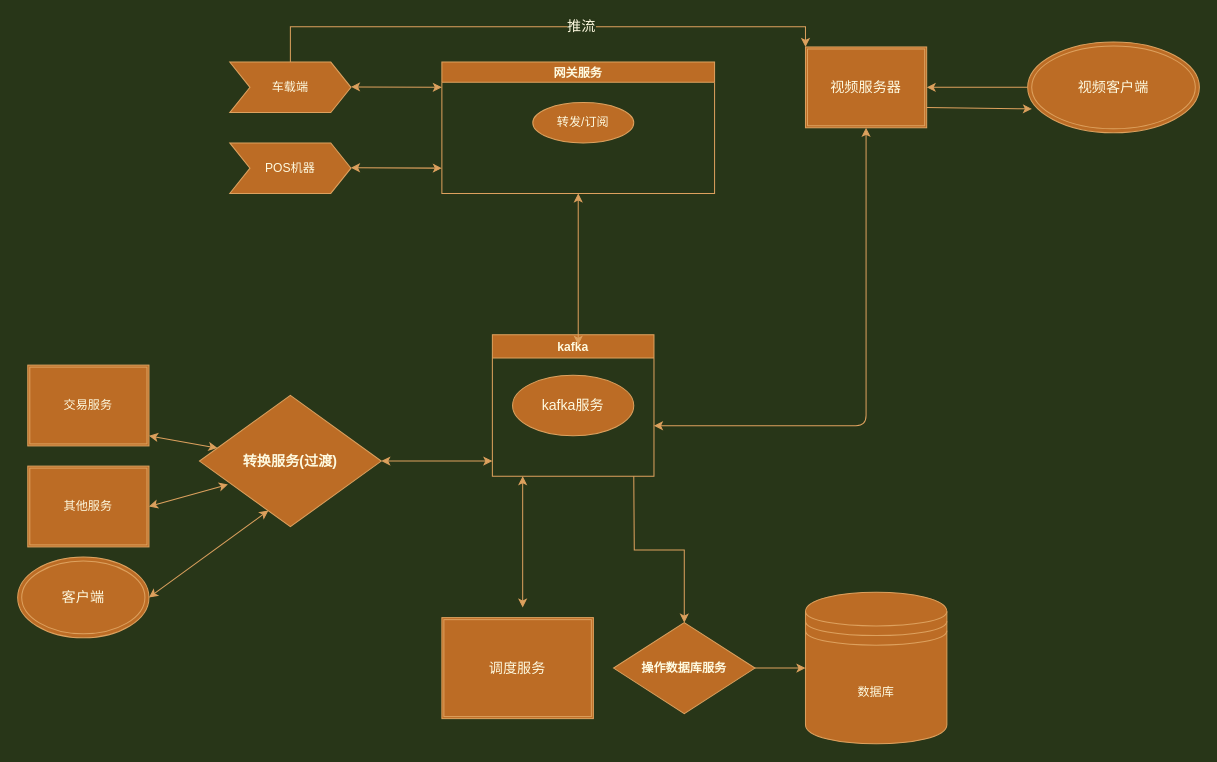
Before: 通讯架构.drawio in yupeng2015/draw, a draw.io diagram. Source tidied: cells renumbered, new cells numbered last; positions are measured from the earlier drawing's top-left corner, leaving out a move shared by most shapes. Both pictures are drawn from the tidied source at 101%, with x=0, y=0 at pixel (17, 41).
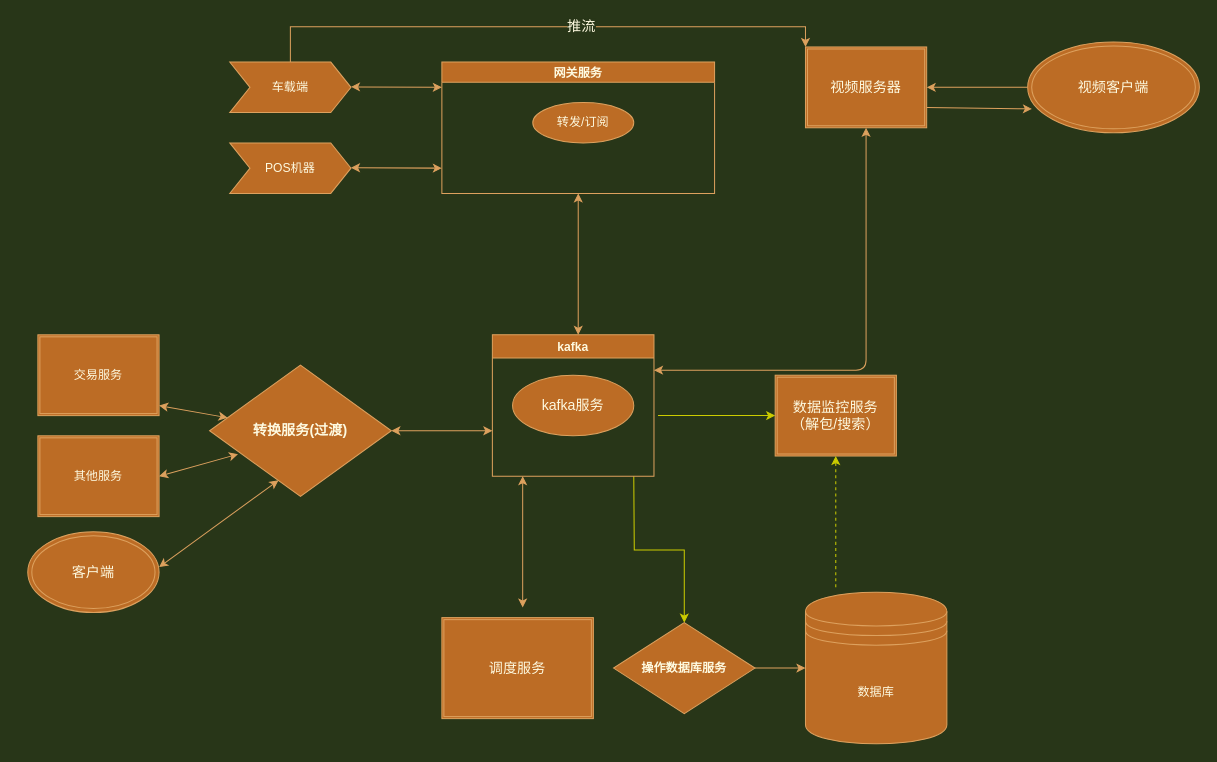
The same diagram, later.

The change refers to these unchanged cells:
```xml
<mxCell id="2" value="网关服务" style="swimlane;startSize=20;horizontal=1;containerType=tree;fillColor=#BC6C25;strokeColor=#DDA15E;fontColor=#FEFAE0;" parent="1" vertex="1">
  <mxGeometry x="420" y="20" width="270" height="130" as="geometry" />
</mxCell>
<mxCell id="9" value="kafka" style="swimlane;fillColor=#BC6C25;strokeColor=#DDA15E;fontColor=#FEFAE0;" parent="1" vertex="1">
  <mxGeometry x="470" y="290" width="160" height="140" as="geometry" />
</mxCell>
<mxCell id="11" value="操作数据库服务" style="rhombus;whiteSpace=wrap;html=1;fontStyle=1;startSize=23;fillColor=#BC6C25;strokeColor=#DDA15E;fontColor=#FEFAE0;" parent="1" vertex="1">
  <mxGeometry x="590" y="575" width="140" height="90" as="geometry" />
</mxCell>
<mxCell id="20" value="视频服务器" style="shape=ext;double=1;rounded=0;whiteSpace=wrap;html=1;fontSize=14;fillColor=#BC6C25;strokeColor=#DDA15E;fontColor=#FEFAE0;" parent="1" vertex="1">
  <mxGeometry x="780" y="5" width="120" height="80" as="geometry" />
</mxCell>
```

Diff of the diagram source:
```diff
@@
-    <mxCell id="8" style="edgeStyle=orthogonalEdgeStyle;rounded=0;jettySize=auto;html=1;labelBackgroundColor=#283618;strokeColor=#DDA15E;fontColor=#FEFAE0;" parent="1" edge="1" target="11">
+    <mxCell id="8" style="edgeStyle=orthogonalEdgeStyle;rounded=0;jettySize=auto;html=1;labelBackgroundColor=#283618;strokeColor=#CCCC00;fontColor=#FEFAE0;" parent="1" edge="1" target="11">
       <mxGeometry relative="1" as="geometry">
         <mxPoint x="610" y="430" as="sourcePoint" />
       </mxGeometry>
     </mxCell>
@@
     <mxCell id="12" value="&lt;font style=&quot;font-size: 14px&quot;&gt;转换服务(过渡)&lt;/font&gt;" style="rhombus;whiteSpace=wrap;html=1;fontStyle=1;startSize=23;fillColor=#BC6C25;strokeColor=#DDA15E;fontColor=#FEFAE0;" parent="1" vertex="1">
-      <mxGeometry x="180" y="350" width="180" height="130" as="geometry" />
+      <mxGeometry x="190" y="320" width="180" height="130" as="geometry" />
     </mxCell>
@@
     <mxCell id="16" value="交易服务" style="shape=ext;double=1;rounded=0;whiteSpace=wrap;html=1;fillColor=#BC6C25;strokeColor=#DDA15E;fontColor=#FEFAE0;" parent="1" vertex="1">
-      <mxGeometry x="10" y="320" width="120" height="80" as="geometry" />
+      <mxGeometry x="20" y="290" width="120" height="80" as="geometry" />
     </mxCell>
     <mxCell id="17" value="其他服务" style="shape=ext;double=1;rounded=0;whiteSpace=wrap;html=1;fillColor=#BC6C25;strokeColor=#DDA15E;fontColor=#FEFAE0;" parent="1" vertex="1">
-      <mxGeometry x="10" y="420" width="120" height="80" as="geometry" />
+      <mxGeometry x="20" y="390" width="120" height="80" as="geometry" />
     </mxCell>
@@
     <mxCell id="23" value="客户端" style="ellipse;shape=doubleEllipse;whiteSpace=wrap;html=1;rounded=0;sketch=0;fontSize=14;fontColor=#FEFAE0;strokeColor=#DDA15E;fillColor=#BC6C25;" parent="1" vertex="1">
-      <mxGeometry y="510" width="130" height="80" as="geometry" />
+      <mxGeometry x="10" y="485" width="130" height="80" as="geometry" />
     </mxCell>
     <mxCell id="24" style="endArrow=classic;startArrow=classic;html=1;rounded=1;sketch=0;fontSize=14;fontColor=#FEFAE0;strokeColor=#DDA15E;fillColor=#BC6C25;curved=0;" parent="1" edge="1" source="12">
       <mxGeometry relative="1" as="geometry">
-        <mxPoint x="470" y="415" as="targetPoint" />
+        <mxPoint x="470" y="385" as="targetPoint" />
       </mxGeometry>
     </mxCell>
@@
     <mxCell id="26" style="endArrow=classic;startArrow=classic;html=1;rounded=1;sketch=0;fontSize=14;fontColor=#FEFAE0;strokeColor=#DDA15E;fillColor=#BC6C25;curved=0;entryX=0.5;entryY=1;entryDx=0;entryDy=0;" parent="1" edge="1" target="2">
       <mxGeometry relative="1" as="geometry">
-        <mxPoint x="555" y="300" as="sourcePoint" />
+        <mxPoint x="555" y="290" as="sourcePoint" />
       </mxGeometry>
     </mxCell>
-    <mxCell id="27" style="endArrow=classic;startArrow=classic;html=1;rounded=1;sketch=0;fontSize=14;fontColor=#FEFAE0;strokeColor=#DDA15E;fillColor=#BC6C25;curved=0;" parent="1" edge="1" source="20">
+    <mxCell id="27" style="endArrow=classic;startArrow=classic;html=1;rounded=1;sketch=0;fontSize=14;fontColor=#FEFAE0;strokeColor=#DDA15E;fillColor=#BC6C25;curved=0;entryX=1;entryY=0.25;entryDx=0;entryDy=0;" parent="1" edge="1" source="20" target="9">
       <mxGeometry relative="1" as="geometry">
-        <mxPoint x="630" y="380" as="targetPoint" />
         <Array as="points">
-          <mxPoint x="840" y="380" />
+          <mxPoint x="840" y="325" />
         </Array>
       </mxGeometry>
     </mxCell>
@@
     <mxCell id="29" style="endArrow=classic;startArrow=classic;html=1;rounded=1;sketch=0;fontSize=14;fontColor=#FEFAE0;strokeColor=#DDA15E;fillColor=#BC6C25;curved=0;" parent="1" edge="1" target="12">
       <mxGeometry relative="1" as="geometry">
-        <mxPoint x="130" y="390" as="sourcePoint" />
+        <mxPoint x="140" y="360" as="sourcePoint" />
       </mxGeometry>
     </mxCell>
@@
-    <mxCell id="31" style="endArrow=classic;startArrow=classic;html=1;rounded=1;sketch=0;fontSize=14;fontColor=#FEFAE0;strokeColor=#DDA15E;fillColor=#BC6C25;curved=0;entryX=0.379;entryY=0.877;entryDx=0;entryDy=0;entryPerimeter=0;exitX=1;exitY=0.5;exitDx=0;exitDy=0;" parent="1" edge="1" source="23" target="12">
-      <mxGeometry relative="1" as="geometry" />
+    <mxCell id="31" style="endArrow=classic;startArrow=classic;html=1;rounded=1;sketch=0;fontSize=14;fontColor=#FEFAE0;strokeColor=#DDA15E;fillColor=#BC6C25;curved=0;entryX=0.379;entryY=0.877;entryDx=0;entryDy=0;entryPerimeter=0;exitX=1;exitY=0.5;exitDx=0;exitDy=0;" parent="1" edge="1" target="12">
+      <mxGeometry relative="1" as="geometry">
+        <mxPoint x="140" y="520" as="sourcePoint" />
+      </mxGeometry>
     </mxCell>
+    <mxCell id="32" style="endArrow=classic;html=1;rounded=0;strokeColor=#CCCC00;" parent="1" edge="1">
+      <mxGeometry relative="1" as="geometry">
+        <mxPoint x="634" y="370" as="sourcePoint" />
+        <mxPoint x="750" y="370" as="targetPoint" />
+      </mxGeometry>
+    </mxCell>
+    <mxCell id="33" value="数据监控服务&lt;br&gt;（解包/搜索）" style="shape=ext;double=1;rounded=0;whiteSpace=wrap;html=1;fontSize=14;fillColor=#BC6C25;strokeColor=#DDA15E;fontColor=#FEFAE0;" parent="1" vertex="1">
+      <mxGeometry x="750" y="330" width="120" height="80" as="geometry" />
+    </mxCell>
+    <mxCell id="34" style="endArrow=classic;html=1;strokeColor=#CCCC00;rounded=0;dashed=1;" parent="1" edge="1" target="33">
+      <mxGeometry relative="1" as="geometry">
+        <mxPoint x="810" y="540" as="sourcePoint" />
+      </mxGeometry>
+    </mxCell>
```
